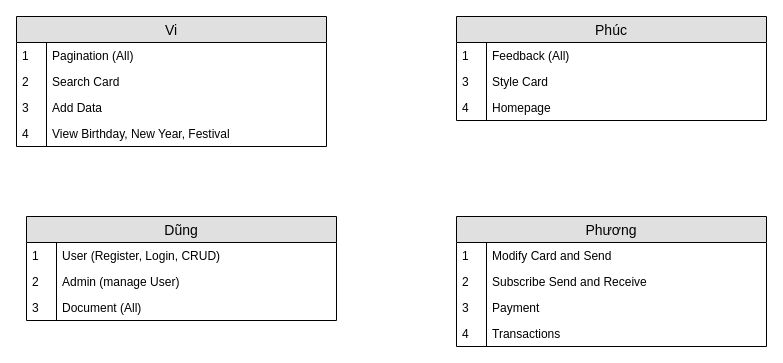
The draw.io diagram page "Task Sheet" (9 of 9) of e-Greeting.drawio in duyphuong403/E-Greeting, before the edit. Source tidied: cells renumbered, new cells numbered last; positions are measured from the earlier drawing's top-left corner, leaving out a move shared by most shapes. Both pictures are drawn from the tidied source at 100%, with x=0, y=0 at pixel (16, 16).
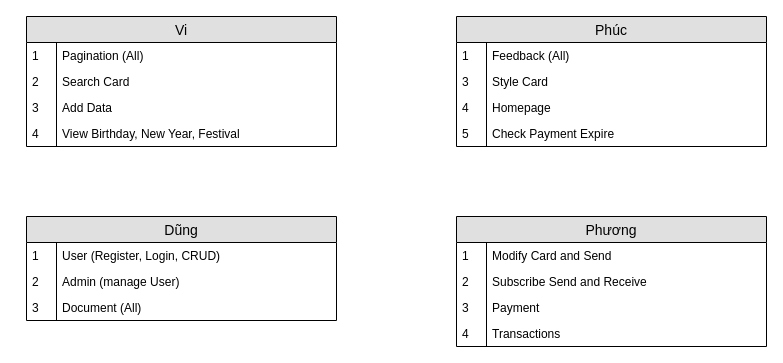
After the change.

Change to the diagram source:
```diff
@@
     <mxCell id="2" value="Vi" style="swimlane;fontStyle=0;horizontal=1;startSize=26;fillColor=#e0e0e0;swimlaneFillColor=#ffffff;align=center;fontSize=14;" parent="1" vertex="1">
-      <mxGeometry width="310" height="130" as="geometry" />
+      <mxGeometry x="10" width="310" height="130" as="geometry" />
     </mxCell>
@@
     <mxCell id="11" value="Phúc" style="swimlane;fontStyle=0;horizontal=1;startSize=26;fillColor=#e0e0e0;swimlaneFillColor=#ffffff;align=center;fontSize=14;" parent="1" vertex="1">
-      <mxGeometry x="440" width="310" height="104" as="geometry" />
+      <mxGeometry x="440" width="310" height="130" as="geometry" />
     </mxCell>
@@
+    <mxCell id="34" value="Check Payment Expire" style="shape=partialRectangle;top=0;left=0;right=0;bottom=0;align=left;verticalAlign=top;fillColor=none;spacingLeft=34;spacingRight=4;overflow=hidden;fontSize=12;" parent="11" vertex="1">
+      <mxGeometry y="104" width="310" height="26" as="geometry" />
+    </mxCell>
+    <mxCell id="35" value="5" style="shape=partialRectangle;top=0;left=0;bottom=0;fillColor=none;align=left;verticalAlign=top;spacingLeft=4;spacingRight=4;overflow=hidden;fontSize=12;" parent="34" vertex="1">
+      <mxGeometry width="30" height="26" as="geometry" />
+    </mxCell>
```
